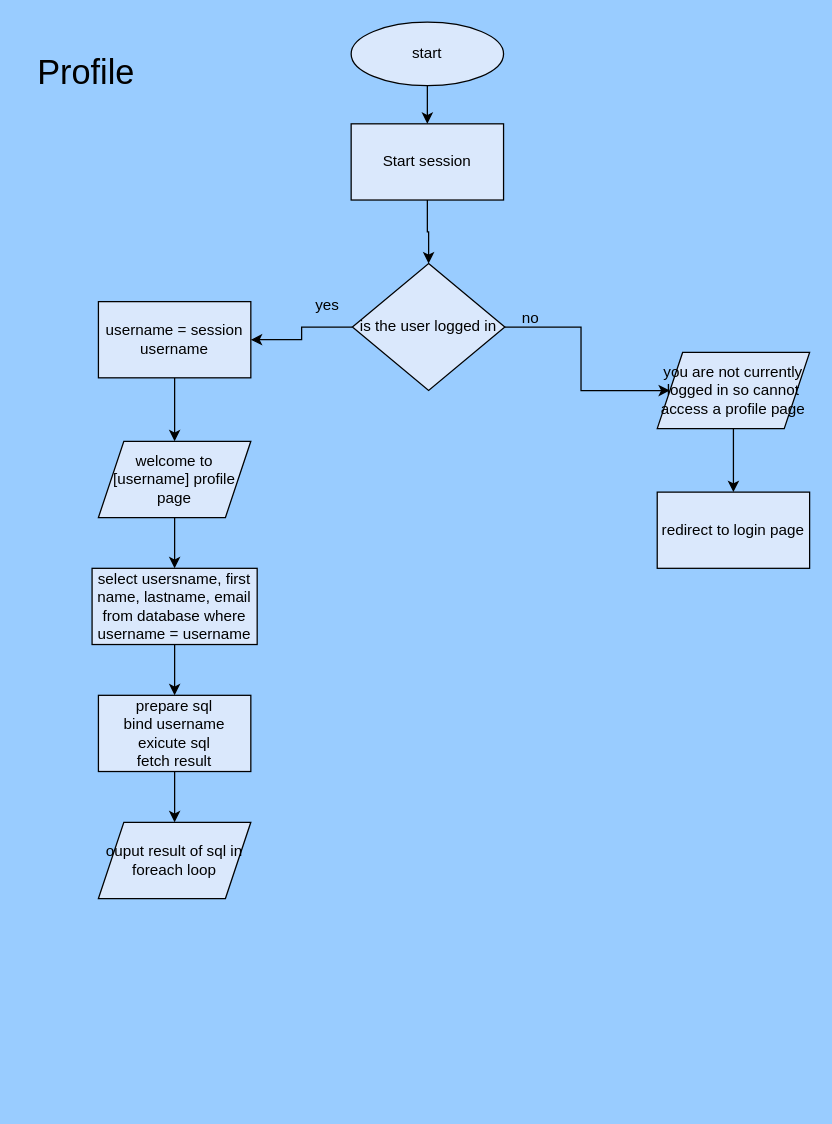
This is page "Profile" (3 of 5) of Assignments/To Do list/website_design_flowchart.drawio from alexbaxter07/college, a draw.io file, before an edit. Source tidied: cells renumbered, new cells numbered last; positions are measured from the earlier drawing's top-left corner, leaving out a move shared by most shapes. Both pictures are drawn from the tidied source at 127%, with x=0, y=0 at pixel (22, 22).
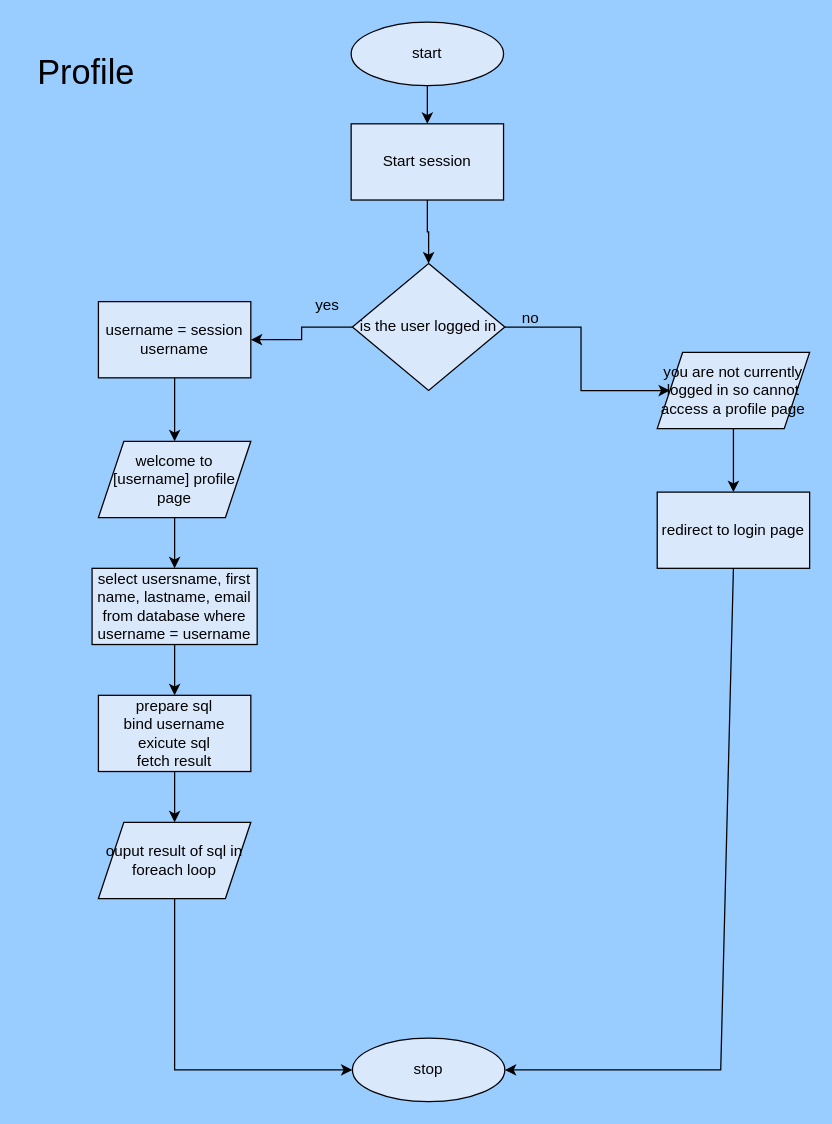
Above is the later version.

Unchanged cells that the change refers to:
```xml
<mxCell id="10" value="redirect to login page" style="rounded=0;whiteSpace=wrap;html=1;fillColor=#dae8fc;strokeColor=#000000;" parent="1" vertex="1">
  <mxGeometry x="500" y="370" width="120" height="60" as="geometry" />
</mxCell>
<mxCell id="23" value="ouput result of sql in foreach loop" style="shape=parallelogram;perimeter=parallelogramPerimeter;whiteSpace=wrap;html=1;fixedSize=1;fillColor=#dae8fc;strokeColor=#000000;" parent="1" vertex="1">
  <mxGeometry x="60" y="630" width="120" height="60" as="geometry" />
</mxCell>
```

Change to the diagram source:
```diff
@@
+    <mxCell id="24" value="stop" style="ellipse;whiteSpace=wrap;html=1;fillColor=#dae8fc;strokeColor=#000000;" parent="1" vertex="1">
+      <mxGeometry x="260" y="800" width="120" height="50" as="geometry" />
+    </mxCell>
+    <mxCell id="25" style="endArrow=classic;html=1;rounded=0;exitX=0.5;exitY=1;exitDx=0;exitDy=0;entryX=0;entryY=0.5;entryDx=0;entryDy=0;" parent="1" edge="1" source="23" target="24">
+      <mxGeometry relative="1" as="geometry">
+        <Array as="points">
+          <mxPoint x="120" y="825" />
+        </Array>
+      </mxGeometry>
+    </mxCell>
+    <mxCell id="26" style="endArrow=classic;html=1;rounded=0;exitX=0.5;exitY=1;exitDx=0;exitDy=0;entryX=1;entryY=0.5;entryDx=0;entryDy=0;" parent="1" edge="1" source="10" target="24">
+      <mxGeometry relative="1" as="geometry">
+        <Array as="points">
+          <mxPoint x="550" y="825" />
+        </Array>
+      </mxGeometry>
+    </mxCell>
```
